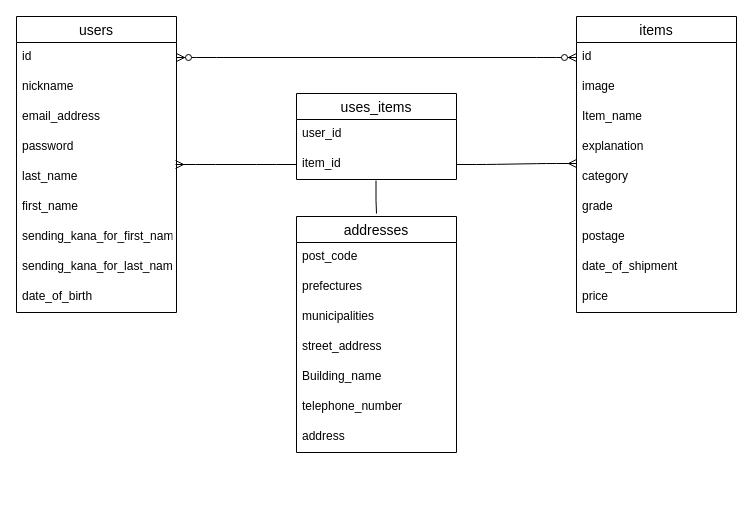
caelum-2568/furima-40208 keeps this draw.io diagram as db-er.dio. Above is the earlier version. Source tidied: cells renumbered, new cells numbered last; positions are measured from the earlier drawing's top-left corner, leaving out a move shared by most shapes. Both pictures are drawn from the tidied source at 100%, with x=0, y=0 at pixel (16, 16).
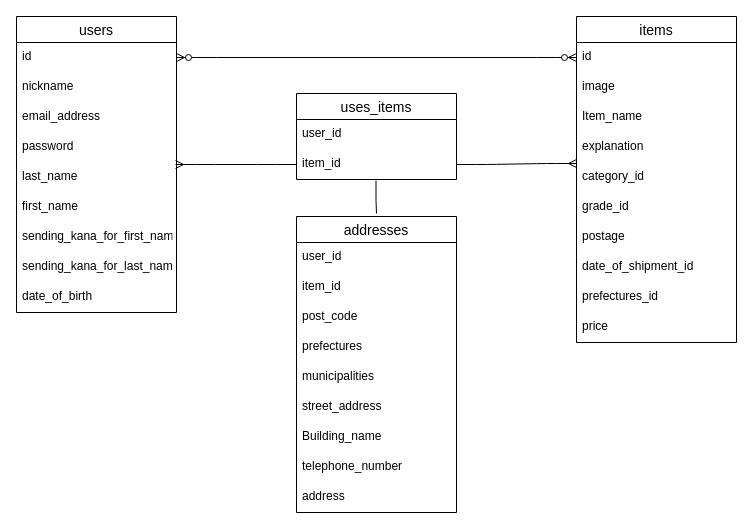
Above is the later version.

Commit message (it also covers changes not shown here):
データベース設計修正_4

Change to the diagram source:
```diff
@@
     <mxCell id="12" value="items" style="swimlane;fontStyle=0;horizontal=1;startSize=26;align=center;fontSize=14;" parent="1" vertex="1">
-      <mxGeometry x="560" width="160" height="296" as="geometry" />
+      <mxGeometry x="560" width="160" height="326" as="geometry" />
     </mxCell>
@@
-    <mxCell id="17" value="category" style="text;strokeColor=none;fillColor=none;spacingLeft=4;spacingRight=4;overflow=hidden;fontSize=12;" parent="12" vertex="1">
+    <mxCell id="17" value="category_id" style="text;strokeColor=none;fillColor=none;spacingLeft=4;spacingRight=4;overflow=hidden;fontSize=12;" parent="12" vertex="1">
       <mxGeometry y="146" width="160" height="30" as="geometry" />
     </mxCell>
-    <mxCell id="18" value="grade" style="text;strokeColor=none;fillColor=none;spacingLeft=4;spacingRight=4;overflow=hidden;fontSize=12;" parent="12" vertex="1">
+    <mxCell id="18" value="grade_id" style="text;strokeColor=none;fillColor=none;spacingLeft=4;spacingRight=4;overflow=hidden;fontSize=12;" parent="12" vertex="1">
       <mxGeometry y="176" width="160" height="30" as="geometry" />
     </mxCell>
@@
-    <mxCell id="20" value="date_of_shipment" style="text;strokeColor=none;fillColor=none;spacingLeft=4;spacingRight=4;overflow=hidden;fontSize=12;" parent="12" vertex="1">
+    <mxCell id="20" value="date_of_shipment_id" style="text;strokeColor=none;fillColor=none;spacingLeft=4;spacingRight=4;overflow=hidden;fontSize=12;" parent="12" vertex="1">
       <mxGeometry y="236" width="160" height="30" as="geometry" />
     </mxCell>
+    <mxCell id="37" value="prefectures_id" style="text;strokeColor=none;fillColor=none;spacingLeft=4;spacingRight=4;overflow=hidden;fontSize=12;" parent="12" vertex="1">
+      <mxGeometry y="266" width="160" height="30" as="geometry" />
+    </mxCell>
     <mxCell id="21" value="price" style="text;strokeColor=none;fillColor=none;spacingLeft=4;spacingRight=4;overflow=hidden;fontSize=12;" parent="12" vertex="1">
-      <mxGeometry y="266" width="160" height="30" as="geometry" />
+      <mxGeometry y="296" width="160" height="30" as="geometry" />
     </mxCell>
@@
     <mxCell id="27" value="addresses" style="swimlane;fontStyle=0;horizontal=1;startSize=26;align=center;fontSize=14;" parent="1" vertex="1">
-      <mxGeometry x="280" y="200" width="160" height="236" as="geometry" />
+      <mxGeometry x="280" y="200" width="160" height="296" as="geometry" />
     </mxCell>
+    <mxCell id="38" value="user_id" style="text;strokeColor=none;fillColor=none;spacingLeft=4;spacingRight=4;overflow=hidden;fontSize=12;" parent="27" vertex="1">
+      <mxGeometry y="26" width="160" height="30" as="geometry" />
+    </mxCell>
+    <mxCell id="39" value="item_id" style="text;strokeColor=none;fillColor=none;spacingLeft=4;spacingRight=4;overflow=hidden;fontSize=12;" parent="27" vertex="1">
+      <mxGeometry y="56" width="160" height="30" as="geometry" />
+    </mxCell>
     <mxCell id="28" value="post_code" style="text;strokeColor=none;fillColor=none;spacingLeft=4;spacingRight=4;overflow=hidden;fontSize=12;" parent="27" vertex="1">
-      <mxGeometry y="26" width="160" height="30" as="geometry" />
+      <mxGeometry y="86" width="160" height="30" as="geometry" />
     </mxCell>
     <mxCell id="29" value="prefectures" style="text;strokeColor=none;fillColor=none;spacingLeft=4;spacingRight=4;overflow=hidden;fontSize=12;" parent="27" vertex="1">
-      <mxGeometry y="56" width="160" height="30" as="geometry" />
+      <mxGeometry y="116" width="160" height="30" as="geometry" />
     </mxCell>
     <mxCell id="30" value="municipalities" style="text;strokeColor=none;fillColor=none;spacingLeft=4;spacingRight=4;overflow=hidden;fontSize=12;" parent="27" vertex="1">
-      <mxGeometry y="86" width="160" height="30" as="geometry" />
+      <mxGeometry y="146" width="160" height="30" as="geometry" />
     </mxCell>
     <mxCell id="31" value="street_address" style="text;strokeColor=none;fillColor=none;spacingLeft=4;spacingRight=4;overflow=hidden;fontSize=12;" parent="27" vertex="1">
-      <mxGeometry y="116" width="160" height="30" as="geometry" />
+      <mxGeometry y="176" width="160" height="30" as="geometry" />
     </mxCell>
     <mxCell id="32" value="Building_name" style="text;strokeColor=none;fillColor=none;spacingLeft=4;spacingRight=4;overflow=hidden;fontSize=12;" parent="27" vertex="1">
-      <mxGeometry y="146" width="160" height="30" as="geometry" />
+      <mxGeometry y="206" width="160" height="30" as="geometry" />
     </mxCell>
     <mxCell id="33" value="telephone_number" style="text;strokeColor=none;fillColor=none;spacingLeft=4;spacingRight=4;overflow=hidden;fontSize=12;" parent="27" vertex="1">
-      <mxGeometry y="176" width="160" height="30" as="geometry" />
+      <mxGeometry y="236" width="160" height="30" as="geometry" />
     </mxCell>
     <mxCell id="34" value="address" style="text;strokeColor=none;fillColor=none;spacingLeft=4;spacingRight=4;overflow=hidden;fontSize=12;" parent="27" vertex="1">
-      <mxGeometry y="206" width="160" height="30" as="geometry" />
+      <mxGeometry y="266" width="160" height="30" as="geometry" />
     </mxCell>
```
